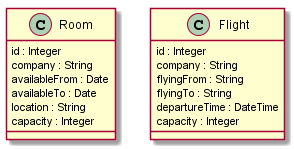
Above: last-minute-doc/pics/classes.png in jounnie/ibz_norm-case-study (PlantUML), before the change.
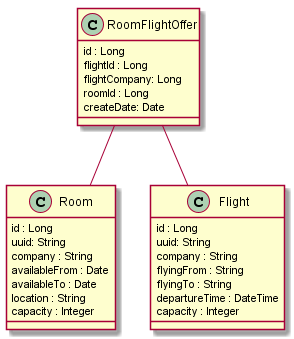
After the commit.

The edit, as a diff of the source:
```diff
@@ -1,6 +1,7 @@
 @startuml classes
 class Room {
-    id : Integer
+    id : Long
+    uuid: String
     company : String
     availableFrom : Date
     availableTo : Date
@@ -9,11 +10,23 @@
 }
 
 class Flight {
-    id : Integer
+    id : Long
+    uuid: String
     company : String
     flyingFrom : String
     flyingTo : String
     departureTime : DateTime
     capacity : Integer
 }
+
+class RoomFlightOffer {
+    id : Long
+    flightId : Long
+    flightCompany: Long
+    roomId : Long
+    createDate: Date
+}
+
+RoomFlightOffer -- Room
+RoomFlightOffer -- Flight
 @enduml
```
